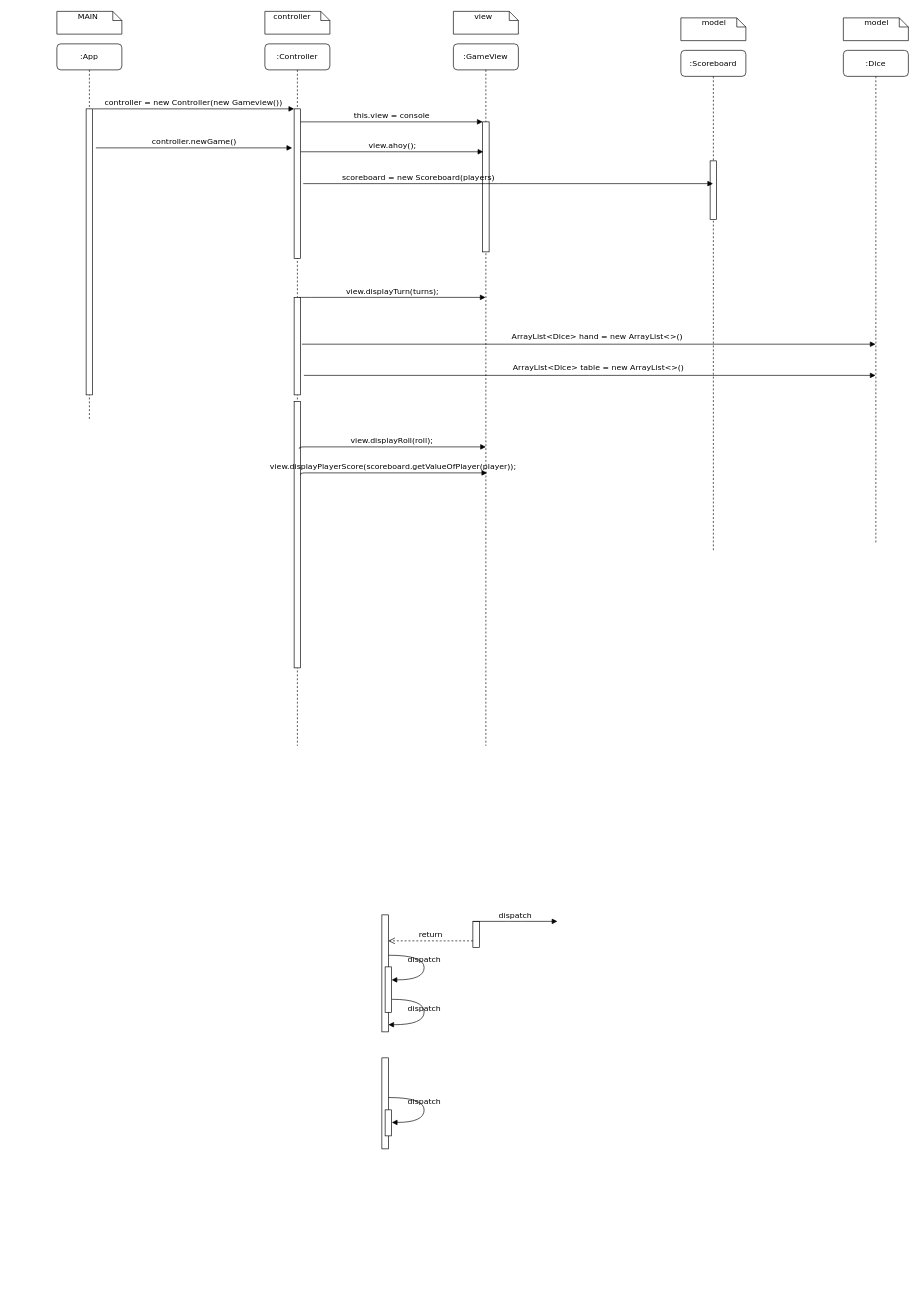
This is sequence_diagram.drawio.xml from CJackmay/Java-Projects, a draw.io file, before an edit. Source tidied: cells renumbered, new cells numbered last; positions are measured from the earlier drawing's top-left corner, leaving out a move shared by most shapes. Both pictures are drawn from the tidied source at 65%, with x=0, y=0 at pixel (57, 11).
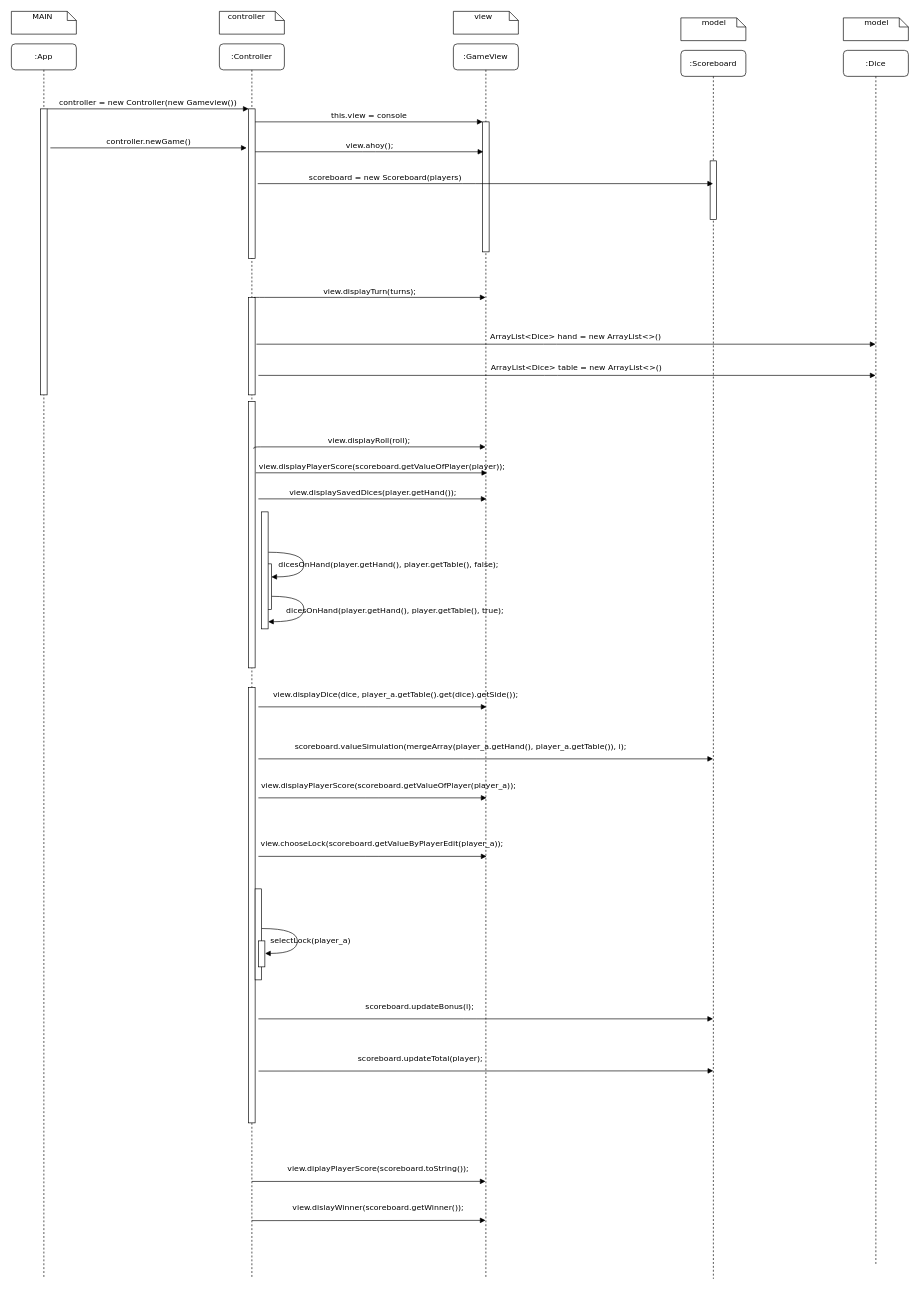
The same page after the edit.

Unchanged cells that the change refers to:
```xml
<mxCell id="3" style="html=1;points=[];perimeter=orthogonalPerimeter;rounded=0;shadow=0;comic=0;labelBackgroundColor=none;strokeWidth=1;fontFamily=Verdana;fontSize=12;align=center;" parent="2" vertex="1">
  <mxGeometry x="45" y="100" width="10" height="230" as="geometry" />
</mxCell>
<mxCell id="5" style="html=1;points=[];perimeter=orthogonalPerimeter;rounded=0;shadow=0;comic=0;labelBackgroundColor=none;strokeWidth=1;fontFamily=Verdana;fontSize=12;align=center;" parent="2" vertex="1">
  <mxGeometry x="45" y="550" width="10" height="410" as="geometry" />
</mxCell>
```

The edit, as a diff of the source:
```diff
@@
     <mxCell id="2" value=":Controller" style="shape=umlLifeline;perimeter=lifelinePerimeter;whiteSpace=wrap;html=1;rounded=1;shadow=0;comic=0;labelBackgroundColor=none;strokeWidth=1;fontFamily=Verdana;fontSize=12;align=center;" parent="1" vertex="1">
-      <mxGeometry x="320" y="50" width="100" height="1080" as="geometry" />
+      <mxGeometry x="250" y="50" width="100" height="1900" as="geometry" />
     </mxCell>
@@
+    <mxCell id="28" style="html=1;points=[];perimeter=orthogonalPerimeter;rounded=0;shadow=0;comic=0;labelBackgroundColor=none;strokeWidth=1;fontFamily=Verdana;fontSize=12;align=center;" parent="2" vertex="1">
+      <mxGeometry x="70" y="800" width="10" height="70" as="geometry" />
+    </mxCell>
+    <mxCell id="29" value="dicesOnHand(player.getHand(), player.getTable(), false);" style="html=1;verticalAlign=bottom;endArrow=block;labelBackgroundColor=none;fontFamily=Verdana;fontSize=12;elbow=vertical;edgeStyle=orthogonalEdgeStyle;curved=1;entryX=1;entryY=0.286;entryPerimeter=0;exitX=1.038;exitY=0.345;exitPerimeter=0;" parent="2" edge="1" source="23" target="28">
+      <mxGeometry x="0.16" y="130" relative="1" as="geometry">
+        <Array as="points">
+          <mxPoint x="130" y="782" />
+          <mxPoint x="130" y="820" />
+        </Array>
+      </mxGeometry>
+    </mxCell>
+    <mxCell id="30" value="dicesOnHand(player.getHand(), player.getTable(), true);" style="html=1;verticalAlign=bottom;endArrow=block;labelBackgroundColor=none;fontFamily=Verdana;fontSize=12;elbow=vertical;edgeStyle=orthogonalEdgeStyle;curved=1;exitX=1.066;exitY=0.713;exitPerimeter=0;" parent="2" edge="1" source="28">
+      <mxGeometry x="0.11" y="140" relative="1" as="geometry">
+        <mxPoint x="75" y="889" as="targetPoint" />
+        <Array as="points">
+          <mxPoint x="130" y="850" />
+          <mxPoint x="130" y="889" />
+        </Array>
+      </mxGeometry>
+    </mxCell>
+    <mxCell id="23" style="html=1;points=[];perimeter=orthogonalPerimeter;rounded=0;shadow=0;comic=0;labelBackgroundColor=none;strokeWidth=1;fontFamily=Verdana;fontSize=12;align=center;" parent="2" vertex="1">
+      <mxGeometry x="65" y="720" width="10" height="180" as="geometry" />
+    </mxCell>
+    <mxCell id="38" style="html=1;perimeter=orthogonalPerimeter;rounded=0;shadow=0;comic=0;labelBackgroundColor=none;strokeWidth=1;fontFamily=Verdana;fontSize=12;align=center;" parent="2" vertex="1">
+      <mxGeometry x="45" y="990" width="10" height="670" as="geometry" />
+    </mxCell>
+    <mxCell id="39" style="html=1;perimeter=orthogonalPerimeter;rounded=0;shadow=0;comic=0;labelBackgroundColor=none;strokeWidth=1;fontFamily=Verdana;fontSize=12;align=center;" parent="2" vertex="1">
+      <mxGeometry x="55" y="1300" width="10" height="140" as="geometry" />
+    </mxCell>
+    <mxCell id="40" style="html=1;perimeter=orthogonalPerimeter;rounded=0;shadow=0;comic=0;labelBackgroundColor=none;strokeWidth=1;fontFamily=Verdana;fontSize=12;align=center;" parent="2" vertex="1">
+      <mxGeometry x="60" y="1380" width="10" height="40" as="geometry" />
+    </mxCell>
+    <mxCell id="41" value="selectLock(player_a)" style="html=1;verticalAlign=bottom;endArrow=block;labelBackgroundColor=none;fontFamily=Verdana;fontSize=12;elbow=vertical;edgeStyle=orthogonalEdgeStyle;curved=1;entryX=1;entryY=0.286;entryPerimeter=0;exitX=1.038;exitY=0.345;exitPerimeter=0;" parent="2" edge="1">
+      <mxGeometry x="0.17" y="20" relative="1" as="geometry">
+        <mxPoint x="65.3" y="1361" as="sourcePoint" />
+        <mxPoint x="70.3" y="1399.3" as="targetPoint" />
+        <Array as="points">
+          <mxPoint x="120" y="1361" />
+          <mxPoint x="120" y="1399" />
+        </Array>
+      </mxGeometry>
+    </mxCell>
     <mxCell id="6" value=":GameView" style="shape=umlLifeline;perimeter=lifelinePerimeter;whiteSpace=wrap;html=1;outlineConnect=0;rounded=1;shadow=0;comic=0;labelBackgroundColor=none;strokeWidth=1;fontFamily=Verdana;fontSize=12;align=center;" parent="1" vertex="1">
-      <mxGeometry x="610" y="50" width="100" height="1080" as="geometry" />
+      <mxGeometry x="610" y="50" width="100" height="1900" as="geometry" />
     </mxCell>
@@
-    <mxCell id="8" value="view.displayPlayerScore(scoreboard.getValueOfPlayer(player));" style="html=1;verticalAlign=bottom;endArrow=block;labelBackgroundColor=none;fontFamily=Verdana;fontSize=12;edgeStyle=elbowEdgeStyle;elbow=vertical;exitX=0.8;exitY=0.178;exitDx=0;exitDy=0;exitPerimeter=0;" parent="6" edge="1">
-      <mxGeometry relative="1" as="geometry">
-        <mxPoint x="-235" y="663" as="sourcePoint" />
+    <mxCell id="8" value="view.displayPlayerScore(scoreboard.getValueOfPlayer(player));" style="html=1;verticalAlign=bottom;endArrow=block;labelBackgroundColor=none;fontFamily=Verdana;fontSize=12;edgeStyle=elbowEdgeStyle;elbow=vertical;exitX=1.1;exitY=0.268;exitDx=0;exitDy=0;exitPerimeter=0;" parent="6" edge="1" source="5">
+      <mxGeometry x="0.09" relative="1" as="geometry">
         <mxPoint x="52" y="660" as="targetPoint" />
         <Array as="points">
           <mxPoint x="-221" y="660" />
         </Array>
       </mxGeometry>
     </mxCell>
     <mxCell id="9" value=":Scoreboard" style="shape=umlLifeline;perimeter=lifelinePerimeter;whiteSpace=wrap;html=1;outlineConnect=0;rounded=1;shadow=0;comic=0;labelBackgroundColor=none;strokeWidth=1;fontFamily=Verdana;fontSize=12;align=center;" parent="1" vertex="1">
-      <mxGeometry x="960" y="60" width="100" height="770" as="geometry" />
+      <mxGeometry x="960" y="60" width="100" height="1890" as="geometry" />
     </mxCell>
@@
     <mxCell id="11" value=":Dice" style="shape=umlLifeline;perimeter=lifelinePerimeter;whiteSpace=wrap;html=1;outlineConnect=0;rounded=1;shadow=0;comic=0;labelBackgroundColor=none;strokeWidth=1;fontFamily=Verdana;fontSize=12;align=center;" parent="1" vertex="1">
-      <mxGeometry x="1210" y="60" width="100" height="760" as="geometry" />
+      <mxGeometry x="1210" y="60" width="100" height="1870" as="geometry" />
     </mxCell>
     <mxCell id="12" value=":App" style="shape=umlLifeline;perimeter=lifelinePerimeter;whiteSpace=wrap;html=1;rounded=1;shadow=0;comic=0;labelBackgroundColor=none;strokeWidth=1;fontFamily=Verdana;fontSize=12;align=center;" parent="1" vertex="1">
-      <mxGeometry y="50" width="100" height="580" as="geometry" />
+      <mxGeometry x="-70" y="50" width="100" height="1900" as="geometry" />
     </mxCell>
@@
     <mxCell id="16" value="&lt;span style=&quot;white-space: pre&quot;&gt;&#9;&lt;/span&gt;MAIN" style="shape=note;whiteSpace=wrap;html=1;size=14;verticalAlign=top;align=left;spacingTop=-6;rounded=0;shadow=0;comic=0;labelBackgroundColor=none;strokeWidth=1;fontFamily=Verdana;fontSize=12;" parent="1" vertex="1">
-      <mxGeometry width="100" height="35" as="geometry" />
+      <mxGeometry x="-70" width="100" height="35" as="geometry" />
     </mxCell>
     <mxCell id="17" value="&amp;nbsp; &amp;nbsp;controller" style="shape=note;whiteSpace=wrap;html=1;size=14;verticalAlign=top;align=left;spacingTop=-6;rounded=0;shadow=0;comic=0;labelBackgroundColor=none;strokeWidth=1;fontFamily=Verdana;fontSize=12;" parent="1" vertex="1">
-      <mxGeometry x="320" width="100" height="35" as="geometry" />
+      <mxGeometry x="250" width="100" height="35" as="geometry" />
     </mxCell>
@@
     <mxCell id="21" value="controller.newGame()" style="html=1;verticalAlign=bottom;endArrow=block;labelBackgroundColor=none;fontFamily=Verdana;fontSize=12;edgeStyle=elbowEdgeStyle;elbow=vertical;entryX=-0.3;entryY=0.257;entryDx=0;entryDy=0;entryPerimeter=0;" parent="1" edge="1" target="3">
       <mxGeometry relative="1" as="geometry">
-        <mxPoint x="60" y="210" as="sourcePoint" />
+        <mxPoint x="-10" y="210" as="sourcePoint" />
         <Array as="points">
-          <mxPoint x="220" y="210" />
+          <mxPoint x="150" y="210" />
         </Array>
       </mxGeometry>
     </mxCell>
@@
-    <mxCell id="23" style="html=1;points=[];perimeter=orthogonalPerimeter;rounded=0;shadow=0;comic=0;labelBackgroundColor=none;strokeWidth=1;fontFamily=Verdana;fontSize=12;align=center;" parent="1" vertex="1">
-      <mxGeometry x="500" y="1390" width="10" height="180" as="geometry" />
-    </mxCell>
-    <mxCell id="24" style="html=1;points=[];perimeter=orthogonalPerimeter;rounded=0;shadow=0;comic=0;labelBackgroundColor=none;strokeWidth=1;fontFamily=Verdana;fontSize=12;align=center;" parent="1" vertex="1">
-      <mxGeometry x="640" y="1400" width="10" height="40" as="geometry" />
-    </mxCell>
-    <mxCell id="25" value="dispatch" style="html=1;verticalAlign=bottom;endArrow=block;entryX=0;entryY=0;labelBackgroundColor=none;fontFamily=Verdana;fontSize=12;edgeStyle=elbowEdgeStyle;elbow=vertical;" parent="1" edge="1">
-      <mxGeometry relative="1" as="geometry">
-        <mxPoint x="640" y="1400" as="sourcePoint" />
-        <mxPoint x="770" y="1400" as="targetPoint" />
-      </mxGeometry>
-    </mxCell>
-    <mxCell id="26" value="return" style="html=1;verticalAlign=bottom;endArrow=open;dashed=1;endSize=8;labelBackgroundColor=none;fontFamily=Verdana;fontSize=12;edgeStyle=elbowEdgeStyle;elbow=vertical;" parent="1" edge="1" source="24" target="23">
-      <mxGeometry relative="1" as="geometry">
-        <Array as="points">
-          <mxPoint x="585" y="1430" />
-          <mxPoint x="615" y="1430" />
-        </Array>
-      </mxGeometry>
-    </mxCell>
-    <mxCell id="27" style="html=1;perimeter=orthogonalPerimeter;rounded=0;shadow=0;comic=0;labelBackgroundColor=none;strokeWidth=1;fontFamily=Verdana;fontSize=12;align=center;" parent="1" vertex="1">
-      <mxGeometry x="500" y="1610" width="10" height="140" as="geometry" />
-    </mxCell>
-    <mxCell id="28" style="html=1;points=[];perimeter=orthogonalPerimeter;rounded=0;shadow=0;comic=0;labelBackgroundColor=none;strokeWidth=1;fontFamily=Verdana;fontSize=12;align=center;" parent="1" vertex="1">
-      <mxGeometry x="505" y="1470" width="10" height="70" as="geometry" />
-    </mxCell>
-    <mxCell id="29" value="dispatch" style="html=1;verticalAlign=bottom;endArrow=block;labelBackgroundColor=none;fontFamily=Verdana;fontSize=12;elbow=vertical;edgeStyle=orthogonalEdgeStyle;curved=1;entryX=1;entryY=0.286;entryPerimeter=0;exitX=1.038;exitY=0.345;exitPerimeter=0;" parent="1" edge="1" source="23" target="28">
-      <mxGeometry relative="1" as="geometry">
-        <Array as="points">
-          <mxPoint x="565" y="1452" />
-          <mxPoint x="565" y="1490" />
-        </Array>
-      </mxGeometry>
-    </mxCell>
-    <mxCell id="30" value="dispatch" style="html=1;verticalAlign=bottom;endArrow=block;labelBackgroundColor=none;fontFamily=Verdana;fontSize=12;elbow=vertical;edgeStyle=orthogonalEdgeStyle;curved=1;exitX=1.066;exitY=0.713;exitPerimeter=0;" parent="1" edge="1" source="28">
-      <mxGeometry relative="1" as="geometry">
-        <mxPoint x="510" y="1559" as="targetPoint" />
-        <Array as="points">
-          <mxPoint x="565" y="1520" />
-          <mxPoint x="565" y="1559" />
-        </Array>
-      </mxGeometry>
-    </mxCell>
-    <mxCell id="31" style="html=1;perimeter=orthogonalPerimeter;rounded=0;shadow=0;comic=0;labelBackgroundColor=none;strokeWidth=1;fontFamily=Verdana;fontSize=12;align=center;" parent="1" vertex="1">
-      <mxGeometry x="505" y="1690" width="10" height="40" as="geometry" />
-    </mxCell>
-    <mxCell id="32" value="dispatch" style="html=1;verticalAlign=bottom;endArrow=block;labelBackgroundColor=none;fontFamily=Verdana;fontSize=12;elbow=vertical;edgeStyle=orthogonalEdgeStyle;curved=1;entryX=1;entryY=0.286;entryPerimeter=0;exitX=1.038;exitY=0.345;exitPerimeter=0;" parent="1" edge="1">
-      <mxGeometry relative="1" as="geometry">
-        <mxPoint x="510.3" y="1671" as="sourcePoint" />
-        <mxPoint x="515.3" y="1709.3" as="targetPoint" />
-        <Array as="points">
-          <mxPoint x="565" y="1671" />
-          <mxPoint x="565" y="1709" />
-        </Array>
-      </mxGeometry>
-    </mxCell>
@@
     <mxCell id="34" value="view.displayTurn(turns);" style="html=1;verticalAlign=bottom;endArrow=block;labelBackgroundColor=none;fontFamily=Verdana;fontSize=12;edgeStyle=elbowEdgeStyle;elbow=vertical;" parent="1" edge="1" target="6">
       <mxGeometry relative="1" as="geometry">
-        <mxPoint x="373" y="440" as="sourcePoint" />
+        <mxPoint x="303" y="440" as="sourcePoint" />
         <Array as="points">
-          <mxPoint x="380" y="440" />
+          <mxPoint x="310" y="440" />
         </Array>
       </mxGeometry>
     </mxCell>
@@
     <mxCell id="36" value="ArrayList&amp;lt;Dice&amp;gt; table = new ArrayList&amp;lt;&amp;gt;()" style="html=1;verticalAlign=bottom;endArrow=block;labelBackgroundColor=none;fontFamily=Verdana;fontSize=12;edgeStyle=elbowEdgeStyle;elbow=vertical;" parent="1" edge="1" target="11">
       <mxGeometry x="0.03" y="2" relative="1" as="geometry">
-        <mxPoint x="380" y="560" as="sourcePoint" />
+        <mxPoint x="310" y="560" as="sourcePoint" />
         <Array as="points">
-          <mxPoint x="830" y="560" />
+          <mxPoint x="760" y="560" />
         </Array>
       </mxGeometry>
     </mxCell>
-    <mxCell id="37" value="view.displayRoll(roll);" style="html=1;verticalAlign=bottom;endArrow=block;labelBackgroundColor=none;fontFamily=Verdana;fontSize=12;edgeStyle=elbowEdgeStyle;elbow=vertical;exitX=0.8;exitY=0.178;exitDx=0;exitDy=0;exitPerimeter=0;" parent="1" edge="1" source="5">
+    <mxCell id="37" value="view.displayRoll(roll);" style="html=1;verticalAlign=bottom;endArrow=block;labelBackgroundColor=none;fontFamily=Verdana;fontSize=12;edgeStyle=elbowEdgeStyle;elbow=vertical;exitX=0.8;exitY=0.178;exitDx=0;exitDy=0;exitPerimeter=0;" parent="1" edge="1" source="5" target="6">
       <mxGeometry relative="1" as="geometry">
-        <mxPoint x="660" y="670" as="targetPoint" />
         <Array as="points">
-          <mxPoint x="387" y="670" />
+          <mxPoint x="317" y="670" />
         </Array>
       </mxGeometry>
     </mxCell>
+    <mxCell id="42" value="view.displaySavedDices(player.getHand());" style="html=1;verticalAlign=bottom;endArrow=block;entryX=0.1;entryY=0.23;labelBackgroundColor=none;fontFamily=Verdana;fontSize=12;edgeStyle=elbowEdgeStyle;elbow=vertical;entryDx=0;entryDy=0;entryPerimeter=0;" parent="1" edge="1">
+      <mxGeometry relative="1" as="geometry">
+        <mxPoint x="310" y="750" as="sourcePoint" />
+        <mxPoint x="661" y="750" as="targetPoint" />
+      </mxGeometry>
+    </mxCell>
+    <mxCell id="43" value="view.displayDice(dice, player_a.getTable().get(dice).getSide());" style="html=1;verticalAlign=bottom;endArrow=block;entryX=0.1;entryY=0.23;labelBackgroundColor=none;fontFamily=Verdana;fontSize=12;edgeStyle=elbowEdgeStyle;elbow=vertical;entryDx=0;entryDy=0;entryPerimeter=0;" parent="1" edge="1">
+      <mxGeometry x="0.2" y="10" relative="1" as="geometry">
+        <mxPoint x="310" y="1070" as="sourcePoint" />
+        <mxPoint x="661" y="1070" as="targetPoint" />
+      </mxGeometry>
+    </mxCell>
+    <mxCell id="44" value="scoreboard.valueSimulation(mergeArray(player_a.getHand(), player_a.getTable()), i);" style="html=1;verticalAlign=bottom;endArrow=block;labelBackgroundColor=none;fontFamily=Verdana;fontSize=12;edgeStyle=elbowEdgeStyle;elbow=vertical;" parent="1" edge="1" target="9">
+      <mxGeometry x="-0.11" y="10" relative="1" as="geometry">
+        <mxPoint x="310" y="1150" as="sourcePoint" />
+      </mxGeometry>
+    </mxCell>
+    <mxCell id="45" value="view.displayPlayerScore(scoreboard.getValueOfPlayer(player_a));" style="html=1;verticalAlign=bottom;endArrow=block;entryX=0.1;entryY=0.23;labelBackgroundColor=none;fontFamily=Verdana;fontSize=12;edgeStyle=elbowEdgeStyle;elbow=vertical;entryDx=0;entryDy=0;entryPerimeter=0;" parent="1" edge="1">
+      <mxGeometry x="0.14" y="10" relative="1" as="geometry">
+        <mxPoint x="310" y="1210" as="sourcePoint" />
+        <mxPoint x="661" y="1210" as="targetPoint" />
+      </mxGeometry>
+    </mxCell>
+    <mxCell id="46" value="view.chooseLock(scoreboard.getValueByPlayerEdit(player_a));" style="html=1;verticalAlign=bottom;endArrow=block;entryX=0.1;entryY=0.23;labelBackgroundColor=none;fontFamily=Verdana;fontSize=12;edgeStyle=elbowEdgeStyle;elbow=vertical;entryDx=0;entryDy=0;entryPerimeter=0;" parent="1" edge="1">
+      <mxGeometry x="0.08" y="10" relative="1" as="geometry">
+        <mxPoint x="310" y="1300" as="sourcePoint" />
+        <mxPoint x="661" y="1300" as="targetPoint" />
+      </mxGeometry>
+    </mxCell>
+    <mxCell id="47" value="scoreboard.updateBonus(i);" style="html=1;verticalAlign=bottom;endArrow=block;labelBackgroundColor=none;fontFamily=Verdana;fontSize=12;edgeStyle=elbowEdgeStyle;elbow=vertical;" parent="1" edge="1" target="9">
+      <mxGeometry x="-0.29" y="10" relative="1" as="geometry">
+        <mxPoint x="310" y="1550" as="sourcePoint" />
+      </mxGeometry>
+    </mxCell>
+    <mxCell id="48" value="scoreboard.updateTotal(player);" style="html=1;verticalAlign=bottom;endArrow=block;labelBackgroundColor=none;fontFamily=Verdana;fontSize=12;edgeStyle=elbowEdgeStyle;elbow=vertical;" parent="1" edge="1">
+      <mxGeometry x="-0.29" y="10" relative="1" as="geometry">
+        <mxPoint x="310.2" y="1630.3" as="sourcePoint" />
+        <mxPoint x="1009.8" y="1630.5" as="targetPoint" />
+      </mxGeometry>
+    </mxCell>
+    <mxCell id="49" value="view.diplayPlayerScore(scoreboard.toString());" style="html=1;verticalAlign=bottom;endArrow=block;labelBackgroundColor=none;fontFamily=Verdana;fontSize=12;edgeStyle=elbowEdgeStyle;elbow=vertical;" parent="1" edge="1" target="6">
+      <mxGeometry x="0.08" y="10" relative="1" as="geometry">
+        <mxPoint x="300" y="1800.1" as="sourcePoint" />
+      </mxGeometry>
+    </mxCell>
+    <mxCell id="50" value="view.dislayWinner(scoreboard.getWinner());" style="html=1;verticalAlign=bottom;endArrow=block;labelBackgroundColor=none;fontFamily=Verdana;fontSize=12;edgeStyle=elbowEdgeStyle;elbow=vertical;" parent="1" edge="1">
+      <mxGeometry x="0.08" y="10" relative="1" as="geometry">
+        <mxPoint x="300" y="1860.4" as="sourcePoint" />
+        <mxPoint x="659.5" y="1860" as="targetPoint" />
+      </mxGeometry>
+    </mxCell>
```
